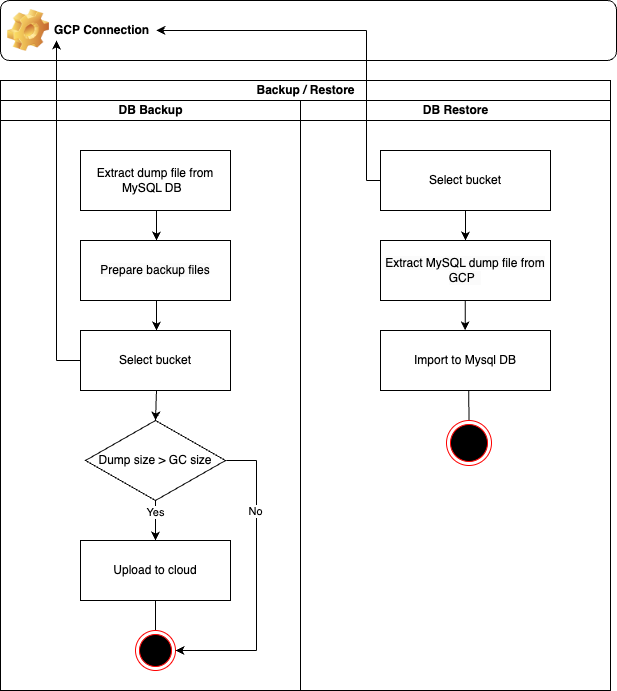
jfgomes/site-jgomes keeps this draw.io diagram as public/images/diagrams/backup-restore.drawio.png. Above is the earlier version. Source tidied: cells renumbered, new cells last; positions are measured from the earlier drawing's top-left corner, leaving out a move shared by most shapes. The source it was exported from:
```xml
<mxGraphModel>
  <root>
    <mxCell id="0" />
    <mxCell id="1" parent="0" />
    <mxCell id="2" value="GCP Connection" style="label;whiteSpace=wrap;html=1;image=img/clipart/Gear_128x128.png;" parent="1" vertex="1">
      <mxGeometry width="616" height="60" as="geometry" />
    </mxCell>
    <mxCell id="3" value="Backup / Restore" style="swimlane;startSize=20;html=1;" parent="1" vertex="1">
      <mxGeometry y="80" width="610" height="610" as="geometry" />
    </mxCell>
    <mxCell id="4" value="DB Backup" style="swimlane;startSize=20;html=1;" parent="3" vertex="1">
      <mxGeometry y="20" width="300" height="590" as="geometry" />
    </mxCell>
    <mxCell id="5" value="Upload to cloud" style="rounded=0;whiteSpace=wrap;html=1;" parent="4" vertex="1">
      <mxGeometry x="80" y="440" width="150" height="60" as="geometry" />
    </mxCell>
    <mxCell id="6" style="endArrow=classic;html=1;rounded=0;" parent="4" edge="1">
      <mxGeometry relative="1" as="geometry">
        <mxPoint x="156" y="200" as="sourcePoint" />
        <mxPoint x="156" y="230" as="targetPoint" />
      </mxGeometry>
    </mxCell>
    <mxCell id="7" style="endArrow=classic;html=1;rounded=0;entryX=0.5;entryY=0;entryDx=0;entryDy=0;" parent="4" edge="1" target="12">
      <mxGeometry relative="1" as="geometry">
        <mxPoint x="156" y="290" as="sourcePoint" />
      </mxGeometry>
    </mxCell>
    <mxCell id="8" style="endArrow=none;html=1;rounded=0;exitX=0.5;exitY=0;exitDx=0;exitDy=0;" parent="4" edge="1" source="9">
      <mxGeometry relative="1" as="geometry">
        <mxPoint x="155" y="500" as="targetPoint" />
      </mxGeometry>
    </mxCell>
    <mxCell id="9" style="ellipse;html=1;shape=endState;fillColor=#000000;strokeColor=#ff0000;" parent="4" vertex="1">
      <mxGeometry x="135" y="530" width="40" height="40" as="geometry" />
    </mxCell>
    <mxCell id="10" style="endArrow=classic;html=1;rounded=0;" parent="4" edge="1">
      <mxGeometry relative="1" as="geometry">
        <mxPoint x="56" y="260" as="sourcePoint" />
        <mxPoint x="56" y="-60" as="targetPoint" />
      </mxGeometry>
    </mxCell>
    <mxCell id="11" style="endArrow=none;html=1;rounded=0;" parent="4" edge="1">
      <mxGeometry relative="1" as="geometry">
        <mxPoint x="56" y="260" as="sourcePoint" />
        <mxPoint x="80" y="260" as="targetPoint" />
      </mxGeometry>
    </mxCell>
    <mxCell id="12" value="Dump size &amp;gt; GC size" style="rhombus;whiteSpace=wrap;html=1;" parent="4" vertex="1">
      <mxGeometry x="85" y="320" width="140" height="80" as="geometry" />
    </mxCell>
    <mxCell id="13" style="endArrow=classic;html=1;rounded=0;entryX=0.5;entryY=0;entryDx=0;entryDy=0;exitX=0.5;exitY=1;exitDx=0;exitDy=0;" parent="4" edge="1" source="12" target="5">
      <mxGeometry relative="1" as="geometry" />
    </mxCell>
    <mxCell id="14" value="Yes" style="edgeLabel;html=1;align=center;verticalAlign=middle;" parent="13" vertex="1">
      <mxGeometry x="-0.44" relative="1" as="geometry" />
    </mxCell>
    <mxCell id="15" style="endArrow=classic;html=1;rounded=0;entryX=1;entryY=0.5;entryDx=0;entryDy=0;" parent="4" edge="1" target="9">
      <mxGeometry relative="1" as="geometry">
        <mxPoint x="256" y="550" as="sourcePoint" />
      </mxGeometry>
    </mxCell>
    <mxCell id="16" style="endArrow=none;html=1;rounded=0;" parent="4" edge="1">
      <mxGeometry relative="1" as="geometry">
        <mxPoint x="256" y="550" as="sourcePoint" />
        <mxPoint x="256" y="360" as="targetPoint" />
      </mxGeometry>
    </mxCell>
    <mxCell id="17" value="No" style="edgeLabel;html=1;align=center;verticalAlign=middle;" parent="16" vertex="1">
      <mxGeometry x="0.06" y="1" relative="1" as="geometry">
        <mxPoint y="-39" as="offset" />
      </mxGeometry>
    </mxCell>
    <mxCell id="18" style="endArrow=none;html=1;rounded=0;" parent="4" edge="1">
      <mxGeometry relative="1" as="geometry">
        <mxPoint x="226" y="360" as="sourcePoint" />
        <mxPoint x="256" y="360" as="targetPoint" />
      </mxGeometry>
    </mxCell>
    <mxCell id="19" value="DB Restore" style="swimlane;startSize=20;html=1;" parent="3" vertex="1">
      <mxGeometry x="300" y="20" width="310" height="590" as="geometry" />
    </mxCell>
    <mxCell id="20" value="&lt;meta charset=&quot;utf-8&quot;&gt;&lt;span style=&quot;color: rgb(0, 0, 0); font-family: Helvetica; font-size: 12px; font-style: normal; font-variant-ligatures: normal; font-variant-caps: normal; font-weight: 400; letter-spacing: normal; orphans: 2; text-align: center; text-indent: 0px; text-transform: none; widows: 2; word-spacing: 0px; -webkit-text-stroke-width: 0px; background-color: rgb(251, 251, 251); text-decoration-thickness: initial; text-decoration-style: initial; text-decoration-color: initial; float: none; display: inline !important;&quot;&gt;Prepare backup files&lt;/span&gt;" style="rounded=0;whiteSpace=wrap;html=1;" parent="19" vertex="1">
      <mxGeometry x="-220" y="140" width="150" height="60" as="geometry" />
    </mxCell>
    <mxCell id="21" value="Extract dump file from MySQL DB&amp;nbsp;&amp;nbsp;" style="rounded=0;whiteSpace=wrap;html=1;" parent="19" vertex="1">
      <mxGeometry x="-220" y="50" width="150" height="60" as="geometry" />
    </mxCell>
    <mxCell id="22" value="Select bucket" style="rounded=0;whiteSpace=wrap;html=1;" parent="19" vertex="1">
      <mxGeometry x="-220" y="230" width="150" height="60" as="geometry" />
    </mxCell>
    <mxCell id="23" value="Import to Mysql DB" style="rounded=0;whiteSpace=wrap;html=1;" parent="19" vertex="1">
      <mxGeometry x="80" y="230" width="170" height="60" as="geometry" />
    </mxCell>
    <mxCell id="24" value="&lt;span style=&quot;color: rgb(0, 0, 0); font-family: Helvetica; font-size: 12px; font-style: normal; font-variant-ligatures: normal; font-variant-caps: normal; font-weight: 400; letter-spacing: normal; orphans: 2; text-align: center; text-indent: 0px; text-transform: none; widows: 2; word-spacing: 0px; -webkit-text-stroke-width: 0px; background-color: rgb(251, 251, 251); text-decoration-thickness: initial; text-decoration-style: initial; text-decoration-color: initial; float: none; display: inline !important;&quot;&gt;Extract MySQL dump file from GCP&amp;nbsp;&amp;nbsp;&lt;/span&gt;" style="rounded=0;whiteSpace=wrap;html=1;" parent="19" vertex="1">
      <mxGeometry x="80" y="140" width="170" height="60" as="geometry" />
    </mxCell>
    <mxCell id="25" value="Select bucket" style="rounded=0;whiteSpace=wrap;html=1;" parent="19" vertex="1">
      <mxGeometry x="80" y="50" width="170" height="60" as="geometry" />
    </mxCell>
    <mxCell id="26" style="endArrow=none;html=1;rounded=0;exitX=0.5;exitY=0;exitDx=0;exitDy=0;entryX=0.519;entryY=0.996;entryDx=0;entryDy=0;entryPerimeter=0;" parent="19" edge="1" source="27" target="23">
      <mxGeometry relative="1" as="geometry" />
    </mxCell>
    <mxCell id="27" style="ellipse;html=1;shape=endState;fillColor=#000000;strokeColor=#ff0000;" parent="19" vertex="1">
      <mxGeometry x="146" y="320" width="45" height="45" as="geometry" />
    </mxCell>
    <mxCell id="28" style="endArrow=classic;html=1;rounded=0;exitX=0.5;exitY=1;exitDx=0;exitDy=0;entryX=0.5;entryY=0;entryDx=0;entryDy=0;" parent="19" edge="1" source="25" target="24">
      <mxGeometry relative="1" as="geometry" />
    </mxCell>
    <mxCell id="29" style="endArrow=classic;html=1;rounded=0;exitX=0.5;exitY=1;exitDx=0;exitDy=0;entryX=0.5;entryY=0;entryDx=0;entryDy=0;" parent="19" edge="1">
      <mxGeometry relative="1" as="geometry">
        <mxPoint x="164.7" y="200" as="sourcePoint" />
        <mxPoint x="164.7" y="230" as="targetPoint" />
      </mxGeometry>
    </mxCell>
    <mxCell id="30" style="endArrow=none;html=1;rounded=0;" parent="19" edge="1">
      <mxGeometry relative="1" as="geometry">
        <mxPoint x="66" y="80" as="sourcePoint" />
        <mxPoint x="66" y="-70" as="targetPoint" />
      </mxGeometry>
    </mxCell>
    <mxCell id="31" style="endArrow=none;html=1;rounded=0;entryX=0;entryY=0.5;entryDx=0;entryDy=0;" parent="19" edge="1" target="25">
      <mxGeometry relative="1" as="geometry">
        <mxPoint x="66" y="80" as="sourcePoint" />
      </mxGeometry>
    </mxCell>
    <mxCell id="32" style="endArrow=classic;html=1;rounded=0;" parent="1" edge="1">
      <mxGeometry relative="1" as="geometry">
        <mxPoint x="156" y="210" as="sourcePoint" />
        <mxPoint x="156" y="240" as="targetPoint" />
      </mxGeometry>
    </mxCell>
    <mxCell id="33" style="endArrow=classic;html=1;rounded=0;entryX=0.253;entryY=0.5;entryDx=0;entryDy=0;entryPerimeter=0;" parent="1" edge="1" target="2">
      <mxGeometry relative="1" as="geometry">
        <mxPoint x="366" y="30" as="sourcePoint" />
      </mxGeometry>
    </mxCell>
  </root>
</mxGraphModel>
```
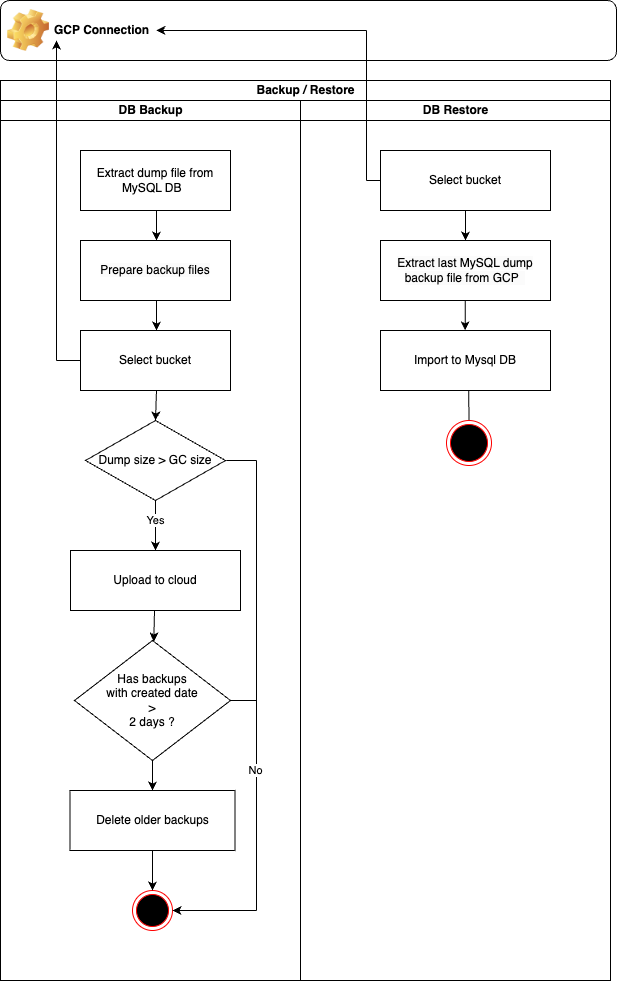
The same file after the commit.

What changed in the source:
```diff
@@ -6,13 +6,13 @@
       <mxGeometry width="616" height="60" as="geometry" />
     </mxCell>
     <mxCell id="3" value="Backup / Restore" style="swimlane;startSize=20;html=1;" parent="1" vertex="1">
-      <mxGeometry y="80" width="610" height="610" as="geometry" />
+      <mxGeometry y="80" width="610" height="900" as="geometry" />
     </mxCell>
     <mxCell id="4" value="DB Backup" style="swimlane;startSize=20;html=1;" parent="3" vertex="1">
-      <mxGeometry y="20" width="300" height="590" as="geometry" />
+      <mxGeometry y="20" width="300" height="880" as="geometry" />
     </mxCell>
     <mxCell id="5" value="Upload to cloud" style="rounded=0;whiteSpace=wrap;html=1;" parent="4" vertex="1">
-      <mxGeometry x="80" y="440" width="150" height="60" as="geometry" />
+      <mxGeometry x="70" y="450" width="170" height="60" as="geometry" />
     </mxCell>
     <mxCell id="6" style="endArrow=classic;html=1;rounded=0;" parent="4" edge="1">
       <mxGeometry relative="1" as="geometry">
@@ -25,13 +25,8 @@
         <mxPoint x="156" y="290" as="sourcePoint" />
       </mxGeometry>
     </mxCell>
-    <mxCell id="8" style="endArrow=none;html=1;rounded=0;exitX=0.5;exitY=0;exitDx=0;exitDy=0;" parent="4" edge="1" source="9">
-      <mxGeometry relative="1" as="geometry">
-        <mxPoint x="155" y="500" as="targetPoint" />
-      </mxGeometry>
-    </mxCell>
     <mxCell id="9" style="ellipse;html=1;shape=endState;fillColor=#000000;strokeColor=#ff0000;" parent="4" vertex="1">
-      <mxGeometry x="135" y="530" width="40" height="40" as="geometry" />
+      <mxGeometry x="132" y="790" width="40" height="40" as="geometry" />
     </mxCell>
     <mxCell id="10" style="endArrow=classic;html=1;rounded=0;" parent="4" edge="1">
       <mxGeometry relative="1" as="geometry">
@@ -52,22 +47,24 @@
       <mxGeometry relative="1" as="geometry" />
     </mxCell>
     <mxCell id="14" value="Yes" style="edgeLabel;html=1;align=center;verticalAlign=middle;" parent="13" vertex="1">
-      <mxGeometry x="-0.44" relative="1" as="geometry" />
+      <mxGeometry x="-0.44" relative="1" as="geometry">
+        <mxPoint y="6" as="offset" />
+      </mxGeometry>
     </mxCell>
     <mxCell id="15" style="endArrow=classic;html=1;rounded=0;entryX=1;entryY=0.5;entryDx=0;entryDy=0;" parent="4" edge="1" target="9">
       <mxGeometry relative="1" as="geometry">
-        <mxPoint x="256" y="550" as="sourcePoint" />
+        <mxPoint x="256" y="810" as="sourcePoint" />
       </mxGeometry>
     </mxCell>
     <mxCell id="16" style="endArrow=none;html=1;rounded=0;" parent="4" edge="1">
       <mxGeometry relative="1" as="geometry">
-        <mxPoint x="256" y="550" as="sourcePoint" />
+        <mxPoint x="256" y="810" as="sourcePoint" />
         <mxPoint x="256" y="360" as="targetPoint" />
       </mxGeometry>
     </mxCell>
     <mxCell id="17" value="No" style="edgeLabel;html=1;align=center;verticalAlign=middle;" parent="16" vertex="1">
       <mxGeometry x="0.06" y="1" relative="1" as="geometry">
-        <mxPoint y="-39" as="offset" />
+        <mxPoint y="98" as="offset" />
       </mxGeometry>
     </mxCell>
     <mxCell id="18" style="endArrow=none;html=1;rounded=0;" parent="4" edge="1">
@@ -76,8 +73,30 @@
         <mxPoint x="256" y="360" as="targetPoint" />
       </mxGeometry>
     </mxCell>
+    <mxCell id="34" style="endArrow=classic;html=1;rounded=0;" parent="4" edge="1" target="35">
+      <mxGeometry relative="1" as="geometry">
+        <mxPoint x="154" y="510" as="sourcePoint" />
+      </mxGeometry>
+    </mxCell>
+    <mxCell id="35" value="Has backups &lt;br&gt;with created date&lt;br&gt;&amp;nbsp;&amp;gt;&amp;nbsp;&lt;br&gt;2 days ?" style="rhombus;whiteSpace=wrap;html=1;" parent="4" vertex="1">
+      <mxGeometry x="74" y="540" width="156" height="120" as="geometry" />
+    </mxCell>
+    <mxCell id="36" value="Delete older backups" style="rounded=0;whiteSpace=wrap;html=1;" parent="4" vertex="1">
+      <mxGeometry x="69.5" y="690" width="165" height="60" as="geometry" />
+    </mxCell>
+    <mxCell id="37" style="endArrow=classic;html=1;rounded=0;entryX=0.5;entryY=0;entryDx=0;entryDy=0;exitX=0.5;exitY=1;exitDx=0;exitDy=0;" parent="4" edge="1" source="35" target="36">
+      <mxGeometry relative="1" as="geometry" />
+    </mxCell>
+    <mxCell id="38" style="endArrow=none;html=1;rounded=0;exitX=1;exitY=0.5;exitDx=0;exitDy=0;" parent="4" edge="1" source="35">
+      <mxGeometry relative="1" as="geometry">
+        <mxPoint x="256" y="600" as="targetPoint" />
+      </mxGeometry>
+    </mxCell>
+    <mxCell id="39" style="endArrow=classic;html=1;rounded=0;entryX=0.5;entryY=0;entryDx=0;entryDy=0;exitX=0.5;exitY=1;exitDx=0;exitDy=0;" parent="4" edge="1" source="36" target="9">
+      <mxGeometry relative="1" as="geometry" />
+    </mxCell>
     <mxCell id="19" value="DB Restore" style="swimlane;startSize=20;html=1;" parent="3" vertex="1">
-      <mxGeometry x="300" y="20" width="310" height="590" as="geometry" />
+      <mxGeometry x="300" y="20" width="310" height="880" as="geometry" />
     </mxCell>
     <mxCell id="20" value="&lt;meta charset=&quot;utf-8&quot;&gt;&lt;span style=&quot;color: rgb(0, 0, 0); font-family: Helvetica; font-size: 12px; font-style: normal; font-variant-ligatures: normal; font-variant-caps: normal; font-weight: 400; letter-spacing: normal; orphans: 2; text-align: center; text-indent: 0px; text-transform: none; widows: 2; word-spacing: 0px; -webkit-text-stroke-width: 0px; background-color: rgb(251, 251, 251); text-decoration-thickness: initial; text-decoration-style: initial; text-decoration-color: initial; float: none; display: inline !important;&quot;&gt;Prepare backup files&lt;/span&gt;" style="rounded=0;whiteSpace=wrap;html=1;" parent="19" vertex="1">
       <mxGeometry x="-220" y="140" width="150" height="60" as="geometry" />
@@ -91,7 +110,7 @@
     <mxCell id="23" value="Import to Mysql DB" style="rounded=0;whiteSpace=wrap;html=1;" parent="19" vertex="1">
       <mxGeometry x="80" y="230" width="170" height="60" as="geometry" />
     </mxCell>
-    <mxCell id="24" value="&lt;span style=&quot;color: rgb(0, 0, 0); font-family: Helvetica; font-size: 12px; font-style: normal; font-variant-ligatures: normal; font-variant-caps: normal; font-weight: 400; letter-spacing: normal; orphans: 2; text-align: center; text-indent: 0px; text-transform: none; widows: 2; word-spacing: 0px; -webkit-text-stroke-width: 0px; background-color: rgb(251, 251, 251); text-decoration-thickness: initial; text-decoration-style: initial; text-decoration-color: initial; float: none; display: inline !important;&quot;&gt;Extract MySQL dump file from GCP&amp;nbsp;&amp;nbsp;&lt;/span&gt;" style="rounded=0;whiteSpace=wrap;html=1;" parent="19" vertex="1">
+    <mxCell id="24" value="&lt;span style=&quot;color: rgb(0, 0, 0); font-family: Helvetica; font-size: 12px; font-style: normal; font-variant-ligatures: normal; font-variant-caps: normal; font-weight: 400; letter-spacing: normal; orphans: 2; text-align: center; text-indent: 0px; text-transform: none; widows: 2; word-spacing: 0px; -webkit-text-stroke-width: 0px; background-color: rgb(251, 251, 251); text-decoration-thickness: initial; text-decoration-style: initial; text-decoration-color: initial; float: none; display: inline !important;&quot;&gt;Extract last MySQL dump backup file from GCP&amp;nbsp;&amp;nbsp;&lt;/span&gt;" style="rounded=0;whiteSpace=wrap;html=1;" parent="19" vertex="1">
       <mxGeometry x="80" y="140" width="170" height="60" as="geometry" />
     </mxCell>
     <mxCell id="25" value="Select bucket" style="rounded=0;whiteSpace=wrap;html=1;" parent="19" vertex="1">
```
